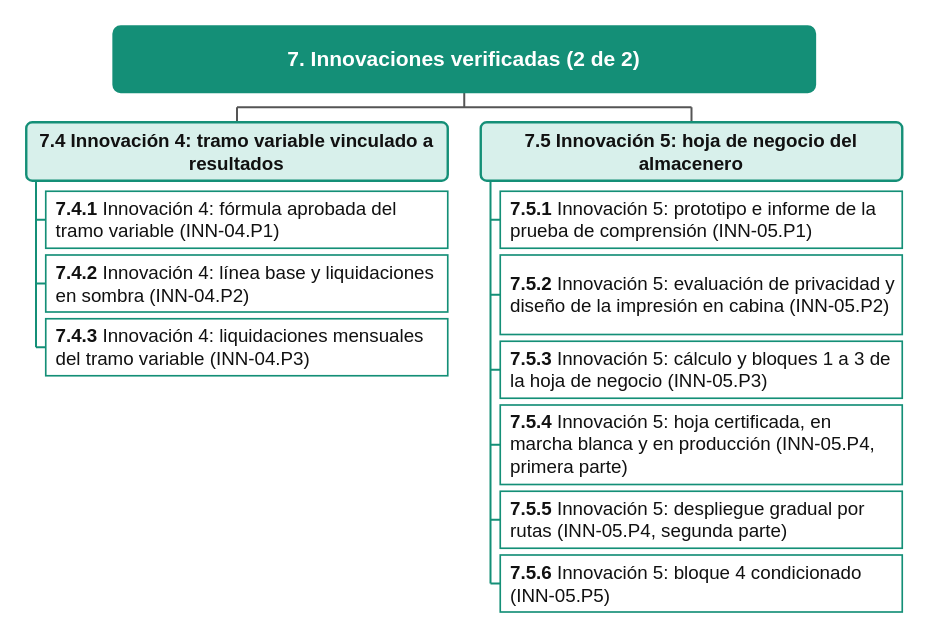
Above: page "2 de 2" (2 of 2) of imagenes/Imagenes de la edt/productos/EDT-Producto-07.drawio in PatricioH315/LafroX (draw.io), before the change. Source tidied: cells renumbered, new cells numbered last; positions are measured from the earlier drawing's top-left corner, leaving out a move shared by most shapes. Both pictures are drawn from the tidied source at 150%, with x=0, y=0 at pixel (26, 26).
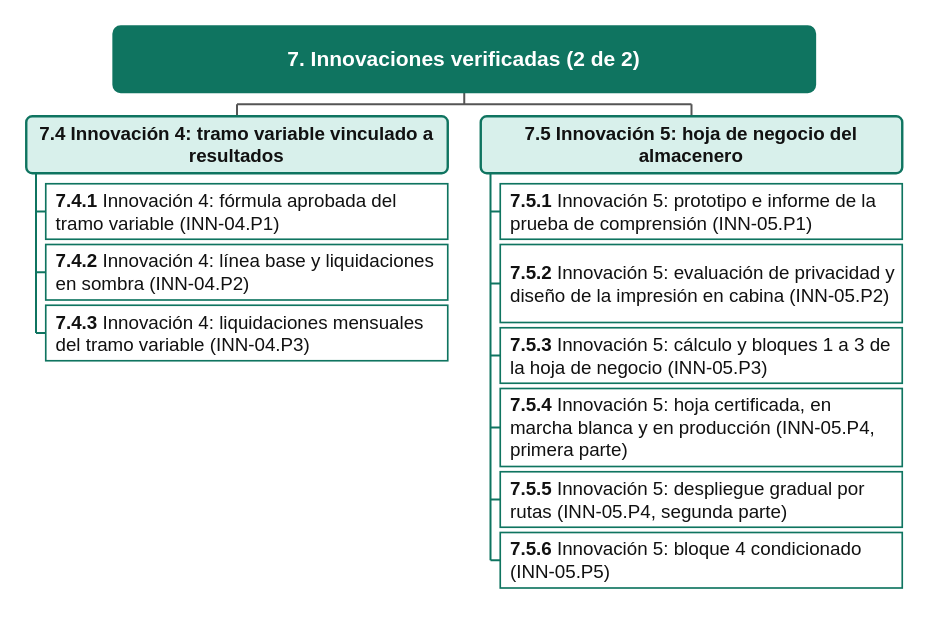
The same page after the edit.

Change to the diagram source:
```diff
@@
     <mxCell id="2" style="endArrow=none;html=1;rounded=0;strokeColor=#555555;strokeWidth=1.333;" parent="1" edge="1">
       <mxGeometry relative="1" as="geometry">
         <mxPoint x="292" y="44" as="sourcePoint" />
-        <mxPoint x="292" y="54" as="targetPoint" />
+        <mxPoint x="292" y="52" as="targetPoint" />
       </mxGeometry>
     </mxCell>
     <mxCell id="3" style="endArrow=none;html=1;rounded=0;strokeColor=#555555;strokeWidth=1.333;" parent="1" edge="1">
       <mxGeometry relative="1" as="geometry">
-        <mxPoint x="140.5" y="54" as="sourcePoint" />
-        <mxPoint x="443.5" y="54" as="targetPoint" />
+        <mxPoint x="140.5" y="52" as="sourcePoint" />
+        <mxPoint x="443.5" y="52" as="targetPoint" />
       </mxGeometry>
     </mxCell>
     <mxCell id="4" style="endArrow=none;html=1;rounded=0;strokeColor=#555555;strokeWidth=1.333;" parent="1" edge="1">
       <mxGeometry relative="1" as="geometry">
-        <mxPoint x="140.5" y="54" as="sourcePoint" />
-        <mxPoint x="140.5" y="64" as="targetPoint" />
+        <mxPoint x="140.5" y="52" as="sourcePoint" />
+        <mxPoint x="140.5" y="60" as="targetPoint" />
       </mxGeometry>
     </mxCell>
     <mxCell id="5" style="endArrow=none;html=1;rounded=0;strokeColor=#555555;strokeWidth=1.333;" parent="1" edge="1">
       <mxGeometry relative="1" as="geometry">
-        <mxPoint x="443.5" y="54" as="sourcePoint" />
-        <mxPoint x="443.5" y="64" as="targetPoint" />
+        <mxPoint x="443.5" y="52" as="sourcePoint" />
+        <mxPoint x="443.5" y="60" as="targetPoint" />
       </mxGeometry>
     </mxCell>
-    <mxCell id="6" style="endArrow=none;html=1;rounded=0;strokeColor=#148F77;strokeWidth=1.333;" parent="1" edge="1">
+    <mxCell id="6" style="endArrow=none;html=1;rounded=0;strokeColor=#0F7460;strokeWidth=1.333;" parent="1" edge="1">
       <mxGeometry relative="1" as="geometry">
-        <mxPoint x="6.5" y="103" as="sourcePoint" />
-        <mxPoint x="6.5" y="214" as="targetPoint" />
+        <mxPoint x="6.5" y="98" as="sourcePoint" />
+        <mxPoint x="6.5" y="204.5" as="targetPoint" />
       </mxGeometry>
     </mxCell>
-    <mxCell id="7" style="endArrow=none;html=1;rounded=0;strokeColor=#148F77;strokeWidth=1.333;" parent="1" edge="1">
+    <mxCell id="7" style="endArrow=none;html=1;rounded=0;strokeColor=#0F7460;strokeWidth=1.333;" parent="1" edge="1">
       <mxGeometry relative="1" as="geometry">
-        <mxPoint x="6.5" y="129" as="sourcePoint" />
-        <mxPoint x="13" y="129" as="targetPoint" />
+        <mxPoint x="6.5" y="123.5" as="sourcePoint" />
+        <mxPoint x="13" y="123.5" as="targetPoint" />
       </mxGeometry>
     </mxCell>
-    <mxCell id="8" style="endArrow=none;html=1;rounded=0;strokeColor=#148F77;strokeWidth=1.333;" parent="1" edge="1">
+    <mxCell id="8" style="endArrow=none;html=1;rounded=0;strokeColor=#0F7460;strokeWidth=1.333;" parent="1" edge="1">
       <mxGeometry relative="1" as="geometry">
-        <mxPoint x="6.5" y="171.5" as="sourcePoint" />
-        <mxPoint x="13" y="171.5" as="targetPoint" />
+        <mxPoint x="6.5" y="164" as="sourcePoint" />
+        <mxPoint x="13" y="164" as="targetPoint" />
       </mxGeometry>
     </mxCell>
-    <mxCell id="9" style="endArrow=none;html=1;rounded=0;strokeColor=#148F77;strokeWidth=1.333;" parent="1" edge="1">
+    <mxCell id="9" style="endArrow=none;html=1;rounded=0;strokeColor=#0F7460;strokeWidth=1.333;" parent="1" edge="1">
       <mxGeometry relative="1" as="geometry">
-        <mxPoint x="6.5" y="214" as="sourcePoint" />
-        <mxPoint x="13" y="214" as="targetPoint" />
+        <mxPoint x="6.5" y="204.5" as="sourcePoint" />
+        <mxPoint x="13" y="204.5" as="targetPoint" />
       </mxGeometry>
     </mxCell>
-    <mxCell id="10" style="endArrow=none;html=1;rounded=0;strokeColor=#148F77;strokeWidth=1.333;" parent="1" edge="1">
+    <mxCell id="10" style="endArrow=none;html=1;rounded=0;strokeColor=#0F7460;strokeWidth=1.333;" parent="1" edge="1">
       <mxGeometry relative="1" as="geometry">
-        <mxPoint x="309.5" y="103" as="sourcePoint" />
-        <mxPoint x="309.5" y="371.5" as="targetPoint" />
+        <mxPoint x="309.5" y="98" as="sourcePoint" />
+        <mxPoint x="309.5" y="356" as="targetPoint" />
       </mxGeometry>
     </mxCell>
-    <mxCell id="11" style="endArrow=none;html=1;rounded=0;strokeColor=#148F77;strokeWidth=1.333;" parent="1" edge="1">
+    <mxCell id="11" style="endArrow=none;html=1;rounded=0;strokeColor=#0F7460;strokeWidth=1.333;" parent="1" edge="1">
       <mxGeometry relative="1" as="geometry">
-        <mxPoint x="309.5" y="129" as="sourcePoint" />
-        <mxPoint x="316" y="129" as="targetPoint" />
+        <mxPoint x="309.5" y="123.5" as="sourcePoint" />
+        <mxPoint x="316" y="123.5" as="targetPoint" />
       </mxGeometry>
     </mxCell>
-    <mxCell id="12" style="endArrow=none;html=1;rounded=0;strokeColor=#148F77;strokeWidth=1.333;" parent="1" edge="1">
+    <mxCell id="12" style="endArrow=none;html=1;rounded=0;strokeColor=#0F7460;strokeWidth=1.333;" parent="1" edge="1">
       <mxGeometry relative="1" as="geometry">
-        <mxPoint x="309.5" y="179" as="sourcePoint" />
-        <mxPoint x="316" y="179" as="targetPoint" />
+        <mxPoint x="309.5" y="171.5" as="sourcePoint" />
+        <mxPoint x="316" y="171.5" as="targetPoint" />
       </mxGeometry>
     </mxCell>
-    <mxCell id="13" style="endArrow=none;html=1;rounded=0;strokeColor=#148F77;strokeWidth=1.333;" parent="1" edge="1">
+    <mxCell id="13" style="endArrow=none;html=1;rounded=0;strokeColor=#0F7460;strokeWidth=1.333;" parent="1" edge="1">
       <mxGeometry relative="1" as="geometry">
-        <mxPoint x="309.5" y="229" as="sourcePoint" />
-        <mxPoint x="316" y="229" as="targetPoint" />
+        <mxPoint x="309.5" y="219.5" as="sourcePoint" />
+        <mxPoint x="316" y="219.5" as="targetPoint" />
       </mxGeometry>
     </mxCell>
-    <mxCell id="14" style="endArrow=none;html=1;rounded=0;strokeColor=#148F77;strokeWidth=1.333;" parent="1" edge="1">
+    <mxCell id="14" style="endArrow=none;html=1;rounded=0;strokeColor=#0F7460;strokeWidth=1.333;" parent="1" edge="1">
       <mxGeometry relative="1" as="geometry">
-        <mxPoint x="309.5" y="279" as="sourcePoint" />
-        <mxPoint x="316" y="279" as="targetPoint" />
+        <mxPoint x="309.5" y="267.5" as="sourcePoint" />
+        <mxPoint x="316" y="267.5" as="targetPoint" />
       </mxGeometry>
     </mxCell>
-    <mxCell id="15" style="endArrow=none;html=1;rounded=0;strokeColor=#148F77;strokeWidth=1.333;" parent="1" edge="1">
+    <mxCell id="15" style="endArrow=none;html=1;rounded=0;strokeColor=#0F7460;strokeWidth=1.333;" parent="1" edge="1">
       <mxGeometry relative="1" as="geometry">
-        <mxPoint x="309.5" y="329" as="sourcePoint" />
-        <mxPoint x="316" y="329" as="targetPoint" />
+        <mxPoint x="309.5" y="315.5" as="sourcePoint" />
+        <mxPoint x="316" y="315.5" as="targetPoint" />
       </mxGeometry>
     </mxCell>
-    <mxCell id="16" style="endArrow=none;html=1;rounded=0;strokeColor=#148F77;strokeWidth=1.333;" parent="1" edge="1">
+    <mxCell id="16" style="endArrow=none;html=1;rounded=0;strokeColor=#0F7460;strokeWidth=1.333;" parent="1" edge="1">
       <mxGeometry relative="1" as="geometry">
-        <mxPoint x="309.5" y="371.5" as="sourcePoint" />
-        <mxPoint x="316" y="371.5" as="targetPoint" />
+        <mxPoint x="309.5" y="356" as="sourcePoint" />
+        <mxPoint x="316" y="356" as="targetPoint" />
       </mxGeometry>
     </mxCell>
-    <mxCell id="17" value="&lt;b&gt;7. Innovaciones verificadas (2 de 2)&lt;/b&gt;" style="rounded=1;whiteSpace=wrap;html=1;fillColor=#148F77;strokeColor=#148F77;strokeWidth=1.2;spacing=0;fontFamily=Arial;absoluteArcSize=1;arcSize=10;fontSize=14.0;fontColor=#FFFFFF;fontStyle=0;align=center;verticalAlign=middle;spacingLeft=10;spacingRight=10;spacingTop=4;spacingBottom=4;" parent="1" vertex="1">
+    <mxCell id="17" value="&lt;b&gt;7. Innovaciones verificadas (2 de 2)&lt;/b&gt;" style="rounded=1;whiteSpace=wrap;html=1;fillColor=#0F7460;strokeColor=#0F7460;strokeWidth=1.2;spacing=0;fontFamily=Arial;absoluteArcSize=1;arcSize=10;fontSize=14.0;fontColor=#FFFFFF;fontStyle=0;align=center;verticalAlign=middle;spacingLeft=10;spacingRight=10;spacingTop=4;spacingBottom=4;" parent="1" vertex="1">
       <mxGeometry x="58" width="468" height="44" as="geometry" />
     </mxCell>
-    <mxCell id="18" value="&lt;b&gt;7.4 Innovación 4: tramo variable vinculado a resultados&lt;/b&gt;" style="rounded=1;whiteSpace=wrap;html=1;fillColor=#D8F0EB;strokeColor=#148F77;strokeWidth=1.6;spacing=0;fontFamily=Arial;absoluteArcSize=1;arcSize=8;fontSize=12.5;fontColor=#111111;fontStyle=0;align=center;verticalAlign=middle;spacingLeft=6;spacingRight=6;spacingTop=4;spacingBottom=4;" parent="1" vertex="1">
-      <mxGeometry y="64" width="281" height="39" as="geometry" />
+    <mxCell id="18" value="&lt;b&gt;7.4 Innovación 4: tramo variable vinculado a resultados&lt;/b&gt;" style="rounded=1;whiteSpace=wrap;html=1;fillColor=#D8F0EB;strokeColor=#0F7460;strokeWidth=1.6;spacing=0;fontFamily=Arial;absoluteArcSize=1;arcSize=8;fontSize=12.5;fontColor=#111111;fontStyle=0;align=center;verticalAlign=middle;spacingLeft=6;spacingRight=6;spacingTop=4;spacingBottom=4;" parent="1" vertex="1">
+      <mxGeometry y="60" width="281" height="38" as="geometry" />
     </mxCell>
-    <mxCell id="19" value="&lt;b&gt;7.4.1&lt;/b&gt; Innovación 4: fórmula aprobada del tramo variable (INN-04.P1)" style="rounded=0;whiteSpace=wrap;html=1;fillColor=#FFFFFF;strokeColor=#148F77;strokeWidth=1.1;spacing=0;fontFamily=Arial;fontSize=12.5;fontColor=#111111;fontStyle=0;align=left;verticalAlign=middle;spacingLeft=7;spacingRight=6;spacingTop=3;spacingBottom=3;" parent="1" vertex="1">
-      <mxGeometry x="13" y="110" width="268" height="38" as="geometry" />
+    <mxCell id="19" value="&lt;b&gt;7.4.1&lt;/b&gt; Innovación 4: fórmula aprobada del tramo variable (INN-04.P1)" style="rounded=0;whiteSpace=wrap;html=1;fillColor=#FFFFFF;strokeColor=#0F7460;strokeWidth=1.1;spacing=0;fontFamily=Arial;fontSize=12.5;fontColor=#111111;fontStyle=0;align=left;verticalAlign=middle;spacingLeft=7;spacingRight=6;spacingTop=3;spacingBottom=3;" parent="1" vertex="1">
+      <mxGeometry x="13" y="105" width="268" height="37" as="geometry" />
     </mxCell>
-    <mxCell id="20" value="&lt;b&gt;7.4.2&lt;/b&gt; Innovación 4: línea base y liquidaciones en sombra (INN-04.P2)" style="rounded=0;whiteSpace=wrap;html=1;fillColor=#FFFFFF;strokeColor=#148F77;strokeWidth=1.1;spacing=0;fontFamily=Arial;fontSize=12.5;fontColor=#111111;fontStyle=0;align=left;verticalAlign=middle;spacingLeft=7;spacingRight=6;spacingTop=3;spacingBottom=3;" parent="1" vertex="1">
-      <mxGeometry x="13" y="152.5" width="268" height="38" as="geometry" />
+    <mxCell id="20" value="&lt;b&gt;7.4.2&lt;/b&gt; Innovación 4: línea base y liquidaciones en sombra (INN-04.P2)" style="rounded=0;whiteSpace=wrap;html=1;fillColor=#FFFFFF;strokeColor=#0F7460;strokeWidth=1.1;spacing=0;fontFamily=Arial;fontSize=12.5;fontColor=#111111;fontStyle=0;align=left;verticalAlign=middle;spacingLeft=7;spacingRight=6;spacingTop=3;spacingBottom=3;" parent="1" vertex="1">
+      <mxGeometry x="13" y="145.5" width="268" height="37" as="geometry" />
     </mxCell>
-    <mxCell id="21" value="&lt;b&gt;7.4.3&lt;/b&gt; Innovación 4: liquidaciones mensuales del tramo variable (INN-04.P3)" style="rounded=0;whiteSpace=wrap;html=1;fillColor=#FFFFFF;strokeColor=#148F77;strokeWidth=1.1;spacing=0;fontFamily=Arial;fontSize=12.5;fontColor=#111111;fontStyle=0;align=left;verticalAlign=middle;spacingLeft=7;spacingRight=6;spacingTop=3;spacingBottom=3;" parent="1" vertex="1">
-      <mxGeometry x="13" y="195" width="268" height="38" as="geometry" />
+    <mxCell id="21" value="&lt;b&gt;7.4.3&lt;/b&gt; Innovación 4: liquidaciones mensuales del tramo variable (INN-04.P3)" style="rounded=0;whiteSpace=wrap;html=1;fillColor=#FFFFFF;strokeColor=#0F7460;strokeWidth=1.1;spacing=0;fontFamily=Arial;fontSize=12.5;fontColor=#111111;fontStyle=0;align=left;verticalAlign=middle;spacingLeft=7;spacingRight=6;spacingTop=3;spacingBottom=3;" parent="1" vertex="1">
+      <mxGeometry x="13" y="186" width="268" height="37" as="geometry" />
     </mxCell>
-    <mxCell id="22" value="&lt;b&gt;7.5 Innovación 5: hoja de negocio del almacenero&lt;/b&gt;" style="rounded=1;whiteSpace=wrap;html=1;fillColor=#D8F0EB;strokeColor=#148F77;strokeWidth=1.6;spacing=0;fontFamily=Arial;absoluteArcSize=1;arcSize=8;fontSize=12.5;fontColor=#111111;fontStyle=0;align=center;verticalAlign=middle;spacingLeft=6;spacingRight=6;spacingTop=4;spacingBottom=4;" parent="1" vertex="1">
-      <mxGeometry x="303" y="64" width="281" height="39" as="geometry" />
+    <mxCell id="22" value="&lt;b&gt;7.5 Innovación 5: hoja de negocio del almacenero&lt;/b&gt;" style="rounded=1;whiteSpace=wrap;html=1;fillColor=#D8F0EB;strokeColor=#0F7460;strokeWidth=1.6;spacing=0;fontFamily=Arial;absoluteArcSize=1;arcSize=8;fontSize=12.5;fontColor=#111111;fontStyle=0;align=center;verticalAlign=middle;spacingLeft=6;spacingRight=6;spacingTop=4;spacingBottom=4;" parent="1" vertex="1">
+      <mxGeometry x="303" y="60" width="281" height="38" as="geometry" />
     </mxCell>
-    <mxCell id="23" value="&lt;b&gt;7.5.1&lt;/b&gt; Innovación 5: prototipo e informe de la prueba de comprensión (INN-05.P1)" style="rounded=0;whiteSpace=wrap;html=1;fillColor=#FFFFFF;strokeColor=#148F77;strokeWidth=1.1;spacing=0;fontFamily=Arial;fontSize=12.5;fontColor=#111111;fontStyle=0;align=left;verticalAlign=middle;spacingLeft=7;spacingRight=6;spacingTop=3;spacingBottom=3;" parent="1" vertex="1">
-      <mxGeometry x="316" y="110" width="268" height="38" as="geometry" />
+    <mxCell id="23" value="&lt;b&gt;7.5.1&lt;/b&gt; Innovación 5: prototipo e informe de la prueba de comprensión (INN-05.P1)" style="rounded=0;whiteSpace=wrap;html=1;fillColor=#FFFFFF;strokeColor=#0F7460;strokeWidth=1.1;spacing=0;fontFamily=Arial;fontSize=12.5;fontColor=#111111;fontStyle=0;align=left;verticalAlign=middle;spacingLeft=7;spacingRight=6;spacingTop=3;spacingBottom=3;" parent="1" vertex="1">
+      <mxGeometry x="316" y="105" width="268" height="37" as="geometry" />
     </mxCell>
-    <mxCell id="24" value="&lt;b&gt;7.5.2&lt;/b&gt; Innovación 5: evaluación de privacidad y diseño de la impresión en cabina (INN-05.P2)" style="rounded=0;whiteSpace=wrap;html=1;fillColor=#FFFFFF;strokeColor=#148F77;strokeWidth=1.1;spacing=0;fontFamily=Arial;fontSize=12.5;fontColor=#111111;fontStyle=0;align=left;verticalAlign=middle;spacingLeft=7;spacingRight=6;spacingTop=3;spacingBottom=3;" parent="1" vertex="1">
-      <mxGeometry x="316" y="152.5" width="268" height="53" as="geometry" />
+    <mxCell id="24" value="&lt;b&gt;7.5.2&lt;/b&gt; Innovación 5: evaluación de privacidad y diseño de la impresión en cabina (INN-05.P2)" style="rounded=0;whiteSpace=wrap;html=1;fillColor=#FFFFFF;strokeColor=#0F7460;strokeWidth=1.1;spacing=0;fontFamily=Arial;fontSize=12.5;fontColor=#111111;fontStyle=0;align=left;verticalAlign=middle;spacingLeft=7;spacingRight=6;spacingTop=3;spacingBottom=3;" parent="1" vertex="1">
+      <mxGeometry x="316" y="145.5" width="268" height="52" as="geometry" />
     </mxCell>
-    <mxCell id="25" value="&lt;b&gt;7.5.3&lt;/b&gt; Innovación 5: cálculo y bloques 1 a 3 de la hoja de negocio (INN-05.P3)" style="rounded=0;whiteSpace=wrap;html=1;fillColor=#FFFFFF;strokeColor=#148F77;strokeWidth=1.1;spacing=0;fontFamily=Arial;fontSize=12.5;fontColor=#111111;fontStyle=0;align=left;verticalAlign=middle;spacingLeft=7;spacingRight=6;spacingTop=3;spacingBottom=3;" parent="1" vertex="1">
-      <mxGeometry x="316" y="210" width="268" height="38" as="geometry" />
+    <mxCell id="25" value="&lt;b&gt;7.5.3&lt;/b&gt; Innovación 5: cálculo y bloques 1 a 3 de la hoja de negocio (INN-05.P3)" style="rounded=0;whiteSpace=wrap;html=1;fillColor=#FFFFFF;strokeColor=#0F7460;strokeWidth=1.1;spacing=0;fontFamily=Arial;fontSize=12.5;fontColor=#111111;fontStyle=0;align=left;verticalAlign=middle;spacingLeft=7;spacingRight=6;spacingTop=3;spacingBottom=3;" parent="1" vertex="1">
+      <mxGeometry x="316" y="201" width="268" height="37" as="geometry" />
     </mxCell>
-    <mxCell id="26" value="&lt;b&gt;7.5.4&lt;/b&gt; Innovación 5: hoja certificada, en marcha blanca y en producción (INN-05.P4, primera parte)" style="rounded=0;whiteSpace=wrap;html=1;fillColor=#FFFFFF;strokeColor=#148F77;strokeWidth=1.1;spacing=0;fontFamily=Arial;fontSize=12.5;fontColor=#111111;fontStyle=0;align=left;verticalAlign=middle;spacingLeft=7;spacingRight=6;spacingTop=3;spacingBottom=3;" parent="1" vertex="1">
-      <mxGeometry x="316" y="252.5" width="268" height="53" as="geometry" />
+    <mxCell id="26" value="&lt;b&gt;7.5.4&lt;/b&gt; Innovación 5: hoja certificada, en marcha blanca y en producción (INN-05.P4, primera parte)" style="rounded=0;whiteSpace=wrap;html=1;fillColor=#FFFFFF;strokeColor=#0F7460;strokeWidth=1.1;spacing=0;fontFamily=Arial;fontSize=12.5;fontColor=#111111;fontStyle=0;align=left;verticalAlign=middle;spacingLeft=7;spacingRight=6;spacingTop=3;spacingBottom=3;" parent="1" vertex="1">
+      <mxGeometry x="316" y="241.5" width="268" height="52" as="geometry" />
     </mxCell>
-    <mxCell id="27" value="&lt;b&gt;7.5.5&lt;/b&gt; Innovación 5: despliegue gradual por rutas (INN-05.P4, segunda parte)" style="rounded=0;whiteSpace=wrap;html=1;fillColor=#FFFFFF;strokeColor=#148F77;strokeWidth=1.1;spacing=0;fontFamily=Arial;fontSize=12.5;fontColor=#111111;fontStyle=0;align=left;verticalAlign=middle;spacingLeft=7;spacingRight=6;spacingTop=3;spacingBottom=3;" parent="1" vertex="1">
-      <mxGeometry x="316" y="310" width="268" height="38" as="geometry" />
+    <mxCell id="27" value="&lt;b&gt;7.5.5&lt;/b&gt; Innovación 5: despliegue gradual por rutas (INN-05.P4, segunda parte)" style="rounded=0;whiteSpace=wrap;html=1;fillColor=#FFFFFF;strokeColor=#0F7460;strokeWidth=1.1;spacing=0;fontFamily=Arial;fontSize=12.5;fontColor=#111111;fontStyle=0;align=left;verticalAlign=middle;spacingLeft=7;spacingRight=6;spacingTop=3;spacingBottom=3;" parent="1" vertex="1">
+      <mxGeometry x="316" y="297" width="268" height="37" as="geometry" />
     </mxCell>
-    <mxCell id="28" value="&lt;b&gt;7.5.6&lt;/b&gt; Innovación 5: bloque 4 condicionado (INN-05.P5)" style="rounded=0;whiteSpace=wrap;html=1;fillColor=#FFFFFF;strokeColor=#148F77;strokeWidth=1.1;spacing=0;fontFamily=Arial;fontSize=12.5;fontColor=#111111;fontStyle=0;align=left;verticalAlign=middle;spacingLeft=7;spacingRight=6;spacingTop=3;spacingBottom=3;" parent="1" vertex="1">
-      <mxGeometry x="316" y="352.5" width="268" height="38" as="geometry" />
+    <mxCell id="28" value="&lt;b&gt;7.5.6&lt;/b&gt; Innovación 5: bloque 4 condicionado (INN-05.P5)" style="rounded=0;whiteSpace=wrap;html=1;fillColor=#FFFFFF;strokeColor=#0F7460;strokeWidth=1.1;spacing=0;fontFamily=Arial;fontSize=12.5;fontColor=#111111;fontStyle=0;align=left;verticalAlign=middle;spacingLeft=7;spacingRight=6;spacingTop=3;spacingBottom=3;" parent="1" vertex="1">
+      <mxGeometry x="316" y="337.5" width="268" height="37" as="geometry" />
     </mxCell>
```
